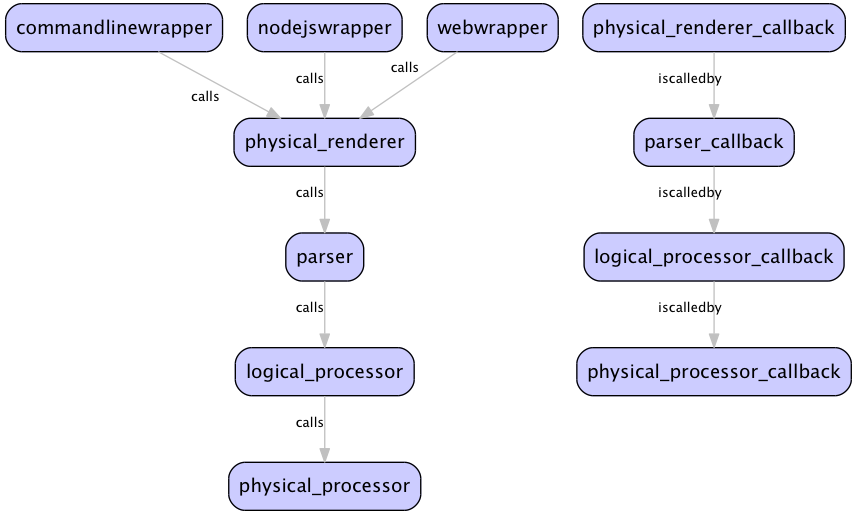
Before: docs/arch/wordpic.png, a diagram exported from Graphviz (vinodkd/wordpic). Its source is kept beside it as docs/arch/wordpic.dot.
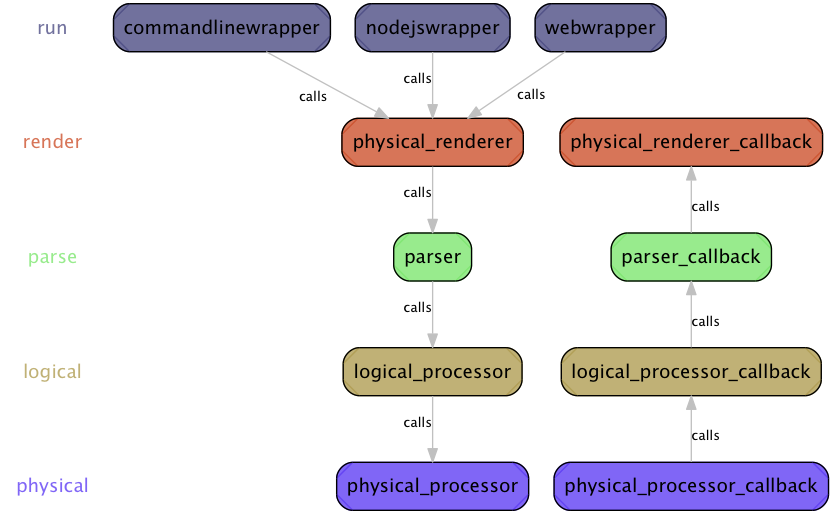
After the commit.

Commit message:
updated arch with details on render and placement

Diff of the diagram source:
```diff
@@ -1,5 +1,37 @@
 digraph G{
         node[shape=box style="rounded,filled" fontname=Sans fillcolor="#ccccff"]  //i'm terrible partial to to perrywinkle blue ;)
+
+        {
+          node [shape=plaintext]
+          edge [style=invis]
+
+        run -> render -> parse -> logical -> physical
+        }
+
+        {
+          node[fillcolor="#3d3e79bb"]
+          rank=same;run[color=none fontcolor="#3d3e79bb" fillcolor=none];commandlinewrapper;nodejswrapper;webwrapper
+        };
+
+        {
+          node[fillcolor="#c8431bbb"]
+          rank=same;render[color=none fontcolor="#c8431bbb" fillcolor=none];physical_renderer;physical_renderer_callback
+        };
+
+        {
+          node[fillcolor="#72e464bb"]
+          rank=same;parse[color=none fontcolor="#72e464bb" fillcolor=none];parser;parser_callback
+        };
+
+        {
+          node[fillcolor="#a99444bb"]
+          rank=same;logical[color=none fontcolor="#a99444bb" fillcolor=none];logical_processor;logical_processor_callback
+        };
+
+        {
+          node[fillcolor="#522ff3bb"]
+          rank=same;physical[color=none fontcolor="#522ff3bb" fillcolor=none];physical_processor;physical_processor_callback
+        };
 
     commandlinewrapper -> physical_renderer [label="calls",color=gray, fontname=Sans fontsize="10"]
 
@@ -13,10 +45,10 @@
 
     logical_processor -> physical_processor [label="calls",color=gray, fontname=Sans fontsize="10"]
 
-    physical_renderer_callback -> parser_callback [label="iscalledby",color=gray, fontname=Sans fontsize="10"]
+    parser_callback -> physical_renderer_callback [label="calls",color=gray, fontname=Sans fontsize="10"]
 
-    parser_callback -> logical_processor_callback [label="iscalledby",color=gray, fontname=Sans fontsize="10"]
+    logical_processor_callback -> parser_callback [label="calls",color=gray, fontname=Sans fontsize="10"]
 
-    logical_processor_callback -> physical_processor_callback [label="iscalledby",color=gray, fontname=Sans fontsize="10"]
+    physical_processor_callback -> logical_processor_callback [label="calls",color=gray, fontname=Sans fontsize="10"]
 
 }
```
